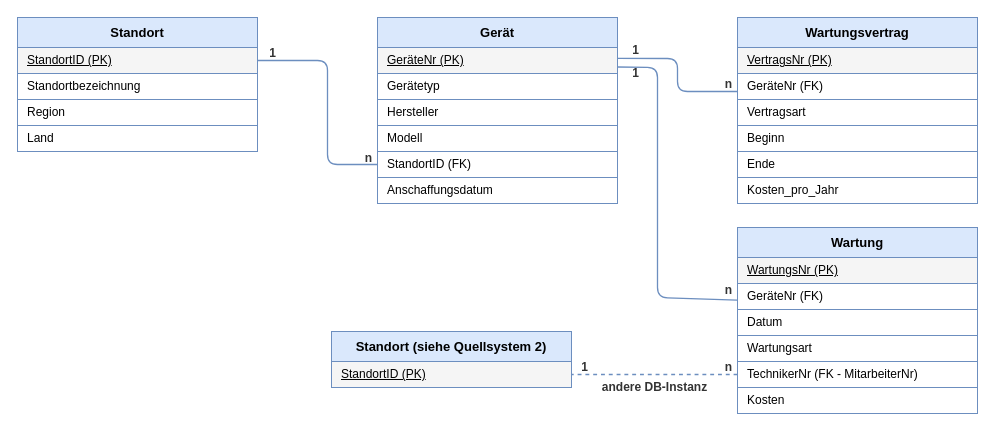
Before: page "ERM Quellsystem 2 - Geräteinventar" (2 of 2) of Dokumentation/erm_quellsysteme.drawio in IchbinsTil/DVS, a draw.io diagram. Source tidied: cells renumbered, new cells numbered last; positions are measured from the earlier drawing's top-left corner, leaving out a move shared by most shapes. Both pictures are drawn from the tidied source at 100%, with x=0, y=0 at pixel (17, 17).
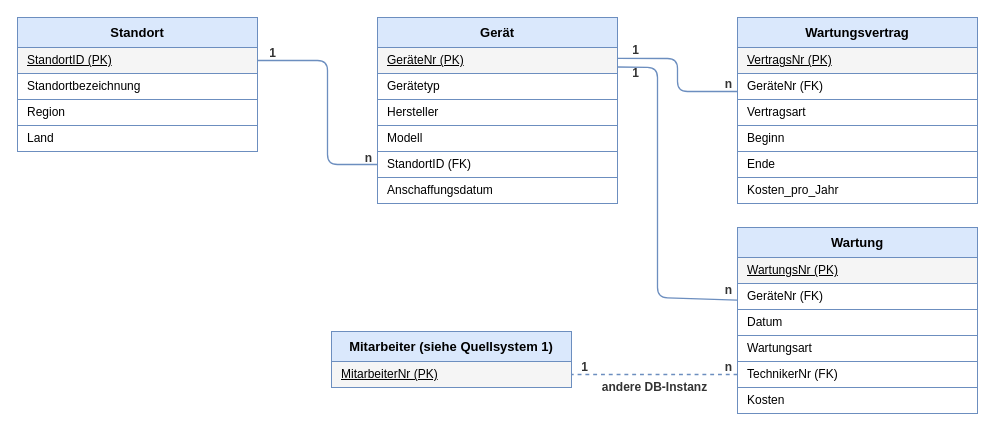
Above is the later version.

Commit message (it also covers changes not shown here):
fix (dwh-erm): remove name inconsistency

Diff of the diagram source:
```diff
@@
-    <mxCell id="26" value="TechnikerNr (FK - MitarbeiterNr)" style="rounded=0;whiteSpace=wrap;html=1;fillColor=#ffffff;strokeColor=#6c8ebf;fontSize=12;align=left;spacingLeft=8;" parent="1" vertex="1">
+    <mxCell id="26" value="TechnikerNr (FK)" style="rounded=0;whiteSpace=wrap;html=1;fillColor=#ffffff;strokeColor=#6c8ebf;fontSize=12;align=left;spacingLeft=8;" parent="1" vertex="1">
       <mxGeometry x="720" y="344" width="240" height="26" as="geometry" />
     </mxCell>
@@
-    <mxCell id="37" value="Standort (siehe Quellsystem 2)" style="rounded=0;whiteSpace=wrap;html=1;fillColor=#dae8fc;strokeColor=#6c8ebf;fontStyle=1;fontSize=13;align=center;verticalAlign=middle;" parent="1" vertex="1">
+    <mxCell id="37" value="Mitarbeiter (siehe Quellsystem 1)" style="rounded=0;whiteSpace=wrap;html=1;fillColor=#dae8fc;strokeColor=#6c8ebf;fontStyle=1;fontSize=13;align=center;verticalAlign=middle;" parent="1" vertex="1">
       <mxGeometry x="314" y="314" width="240" height="30" as="geometry" />
     </mxCell>
-    <mxCell id="38" value="StandortID (PK)" style="rounded=0;whiteSpace=wrap;html=1;fillColor=#f5f5f5;strokeColor=#6c8ebf;fontStyle=4;fontSize=12;align=left;spacingLeft=8;" parent="1" vertex="1">
+    <mxCell id="38" value="MitarbeiterNr (PK)" style="rounded=0;whiteSpace=wrap;html=1;fillColor=#f5f5f5;strokeColor=#6c8ebf;fontStyle=4;fontSize=12;align=left;spacingLeft=8;" parent="1" vertex="1">
       <mxGeometry x="314" y="344" width="240" height="26" as="geometry" />
     </mxCell>
```
